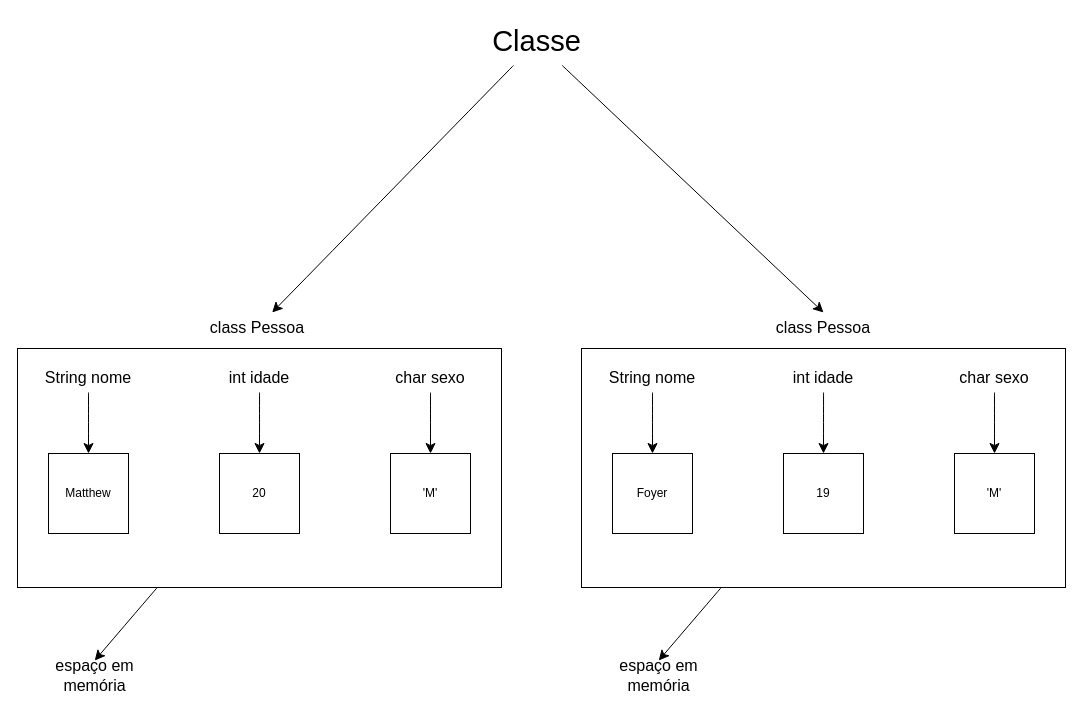
Above: POO_classe.drawio in mateus-s-a/Aprendizado-Java (draw.io), before the change. Source tidied: cells renumbered, new cells numbered last; positions are measured from the earlier drawing's top-left corner, leaving out a move shared by most shapes. Both pictures are drawn from the tidied source at 100%, with x=0, y=0 at pixel (17, 17).
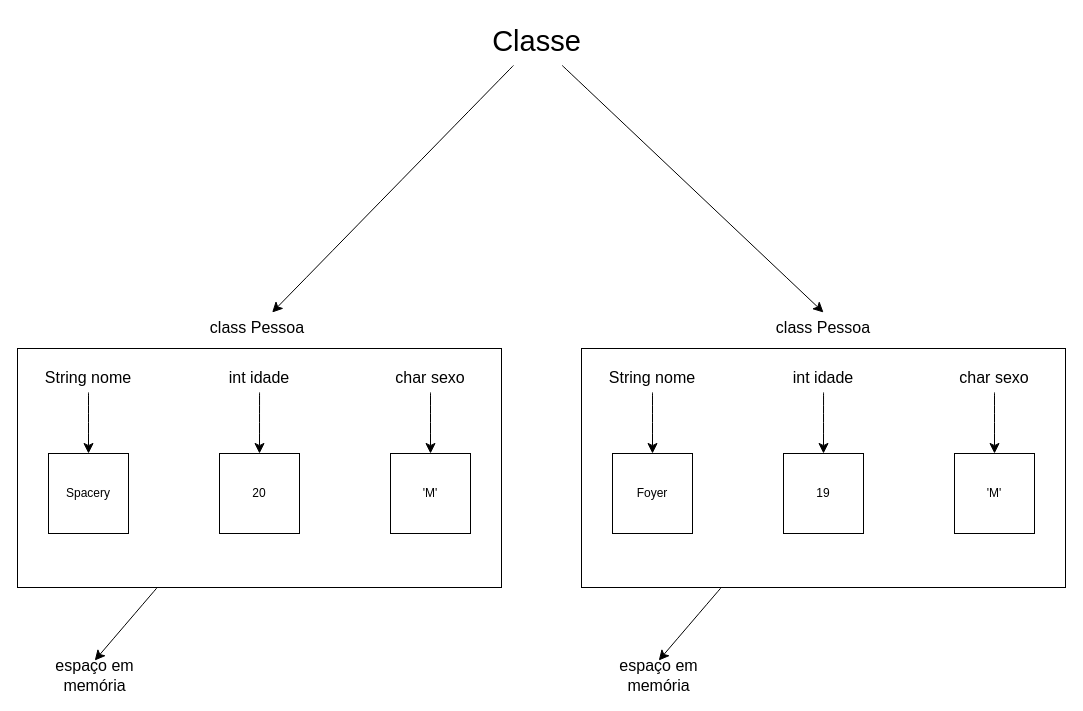
After the change.

Change to the diagram source:
```diff
@@
-    <mxCell id="10" value="Matthew" style="whiteSpace=wrap;html=1;" parent="1" vertex="1">
+    <mxCell id="10" value="Spacery" style="whiteSpace=wrap;html=1;" parent="1" vertex="1">
       <mxGeometry x="31" y="436" width="80" height="80" as="geometry" />
     </mxCell>
```
